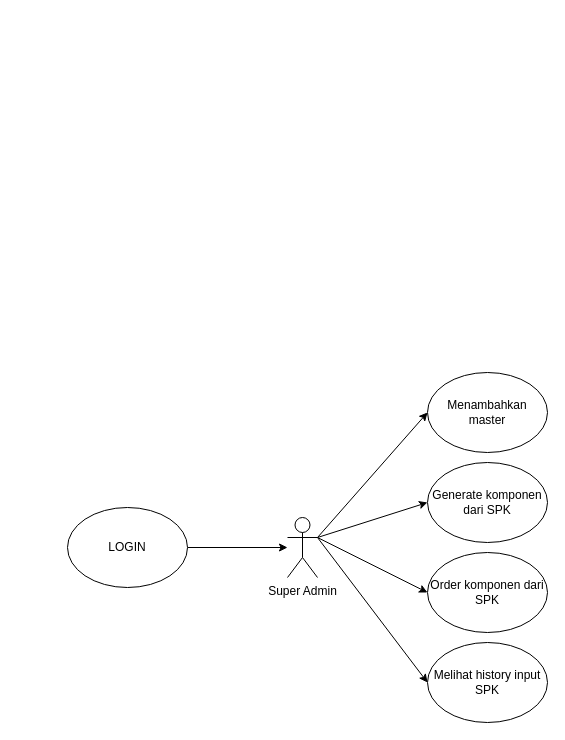
This is BUKU/Gambar/super_admin.drawio from shironekoss/ProjectMagang, a draw.io file, before an edit. Source tidied: cells renumbered, new cells numbered last; positions are measured from the earlier drawing's top-left corner, leaving out a move shared by most shapes. Both pictures are drawn from the tidied source at 100%, with x=0, y=0 at pixel (67, 372).
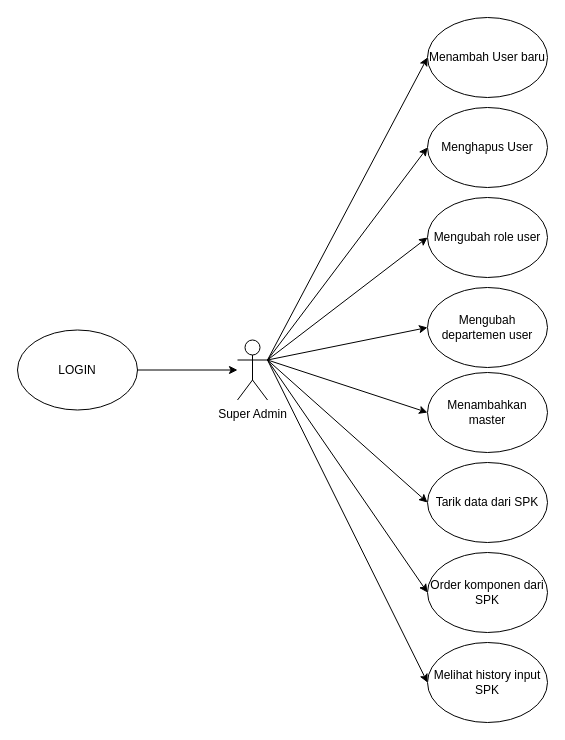
The same diagram, later.

The change refers to these unchanged cells:
```xml
<mxCell id="5" value="Menambahkan master" style="ellipse;whiteSpace=wrap;html=1;" parent="1" vertex="1">
  <mxGeometry x="360" width="120" height="80" as="geometry" />
</mxCell>
```

What changed in the source:
```diff
@@
     <mxCell id="3" value="LOGIN" style="ellipse;whiteSpace=wrap;html=1;" parent="1" vertex="1">
-      <mxGeometry y="135" width="120" height="80" as="geometry" />
+      <mxGeometry x="-50" y="-42.5" width="120" height="80" as="geometry" />
     </mxCell>
     <mxCell id="4" value="Super Admin" style="shape=umlActor;verticalLabelPosition=bottom;verticalAlign=top;html=1;outlineConnect=0;" parent="1" vertex="1">
-      <mxGeometry x="220" y="145" width="30" height="60" as="geometry" />
+      <mxGeometry x="170" y="-32.5" width="30" height="60" as="geometry" />
     </mxCell>
@@
-    <mxCell id="6" value="Generate komponen dari SPK" style="ellipse;whiteSpace=wrap;html=1;" parent="1" vertex="1">
+    <mxCell id="6" value="Tarik data dari SPK" style="ellipse;whiteSpace=wrap;html=1;" parent="1" vertex="1">
       <mxGeometry x="360" y="90" width="120" height="80" as="geometry" />
     </mxCell>
@@
     <mxCell id="9" style="endArrow=classic;html=1;rounded=0;entryX=0;entryY=0.5;entryDx=0;entryDy=0;" parent="1" edge="1" target="5">
       <mxGeometry relative="1" as="geometry">
-        <mxPoint x="250" y="165" as="sourcePoint" />
+        <mxPoint x="200" y="-12.5" as="sourcePoint" />
       </mxGeometry>
     </mxCell>
@@
+    <mxCell id="13" value="Menambah User baru" style="ellipse;whiteSpace=wrap;html=1;" parent="1" vertex="1">
+      <mxGeometry x="360" y="-355" width="120" height="80" as="geometry" />
+    </mxCell>
+    <mxCell id="14" value="Menghapus User" style="ellipse;whiteSpace=wrap;html=1;" parent="1" vertex="1">
+      <mxGeometry x="360" y="-265" width="120" height="80" as="geometry" />
+    </mxCell>
+    <mxCell id="15" value="Mengubah role user" style="ellipse;whiteSpace=wrap;html=1;" parent="1" vertex="1">
+      <mxGeometry x="360" y="-175" width="120" height="80" as="geometry" />
+    </mxCell>
+    <mxCell id="16" value="Mengubah departemen user" style="ellipse;whiteSpace=wrap;html=1;" parent="1" vertex="1">
+      <mxGeometry x="360" y="-85" width="120" height="80" as="geometry" />
+    </mxCell>
+    <mxCell id="17" style="endArrow=classic;html=1;rounded=0;entryX=0;entryY=0.5;entryDx=0;entryDy=0;" parent="1" edge="1" target="16">
+      <mxGeometry relative="1" as="geometry">
+        <mxPoint x="200" y="-12.5" as="sourcePoint" />
+      </mxGeometry>
+    </mxCell>
+    <mxCell id="18" style="endArrow=classic;html=1;rounded=0;entryX=0;entryY=0.5;entryDx=0;entryDy=0;exitX=1;exitY=0.3333333333333333;exitDx=0;exitDy=0;exitPerimeter=0;" parent="1" edge="1" source="4" target="15">
+      <mxGeometry relative="1" as="geometry" />
+    </mxCell>
+    <mxCell id="19" style="endArrow=classic;html=1;rounded=0;entryX=0;entryY=0.5;entryDx=0;entryDy=0;" parent="1" edge="1" target="14">
+      <mxGeometry relative="1" as="geometry">
+        <mxPoint x="200" y="-12.5" as="sourcePoint" />
+      </mxGeometry>
+    </mxCell>
+    <mxCell id="20" style="endArrow=classic;html=1;rounded=0;entryX=0;entryY=0.5;entryDx=0;entryDy=0;" parent="1" edge="1" target="13">
+      <mxGeometry relative="1" as="geometry">
+        <mxPoint x="200" y="-12.5" as="sourcePoint" />
+      </mxGeometry>
+    </mxCell>
```
